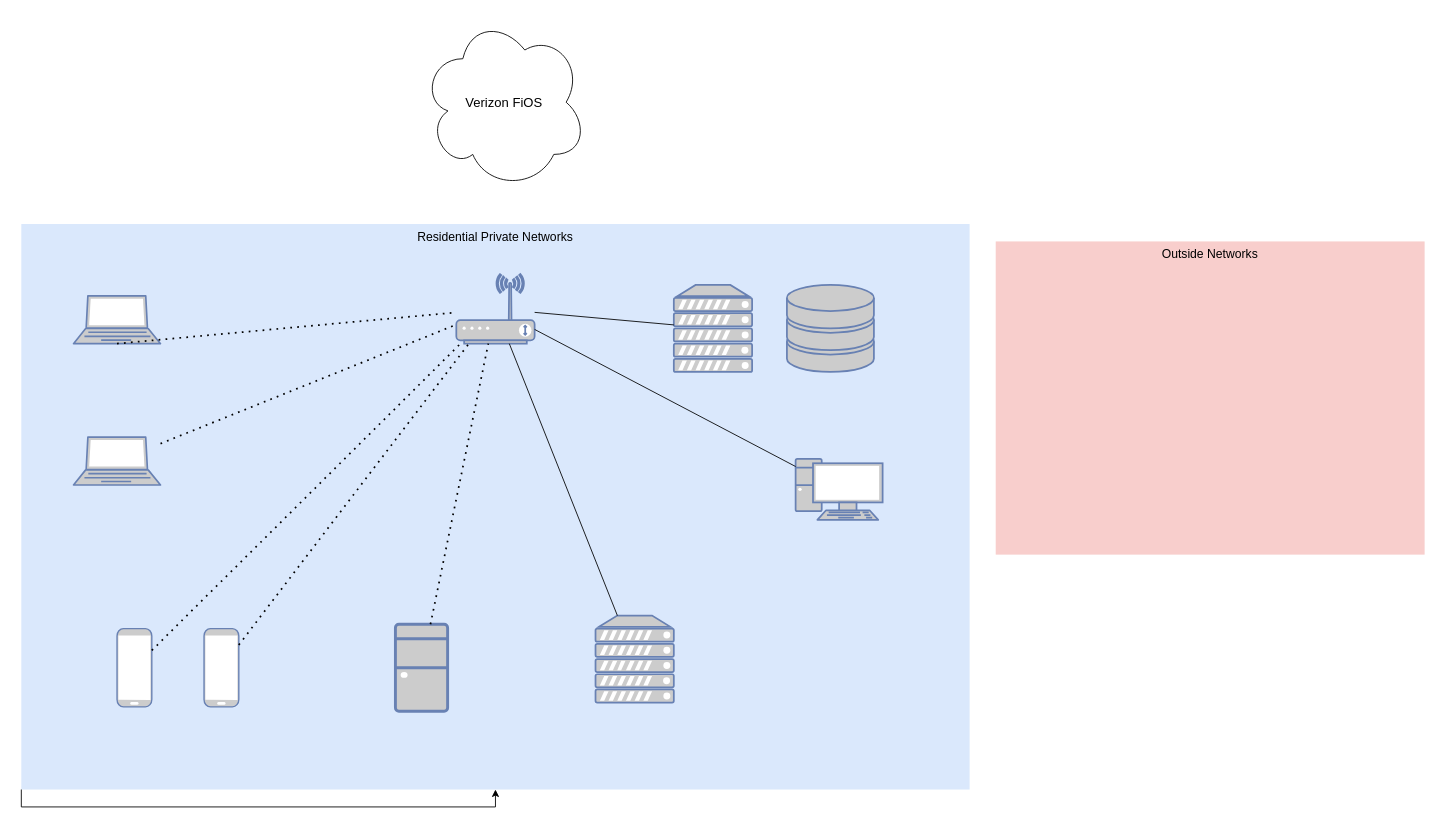
The draw.io diagram Untitled Diagram.drawio in Aezon22/main, before the edit. Source tidied: cells renumbered, new cells numbered last; positions are measured from the earlier drawing's top-left corner, leaving out a move shared by most shapes. Both pictures are drawn from the tidied source at 87%, with x=0, y=0 at pixel (21, 15).
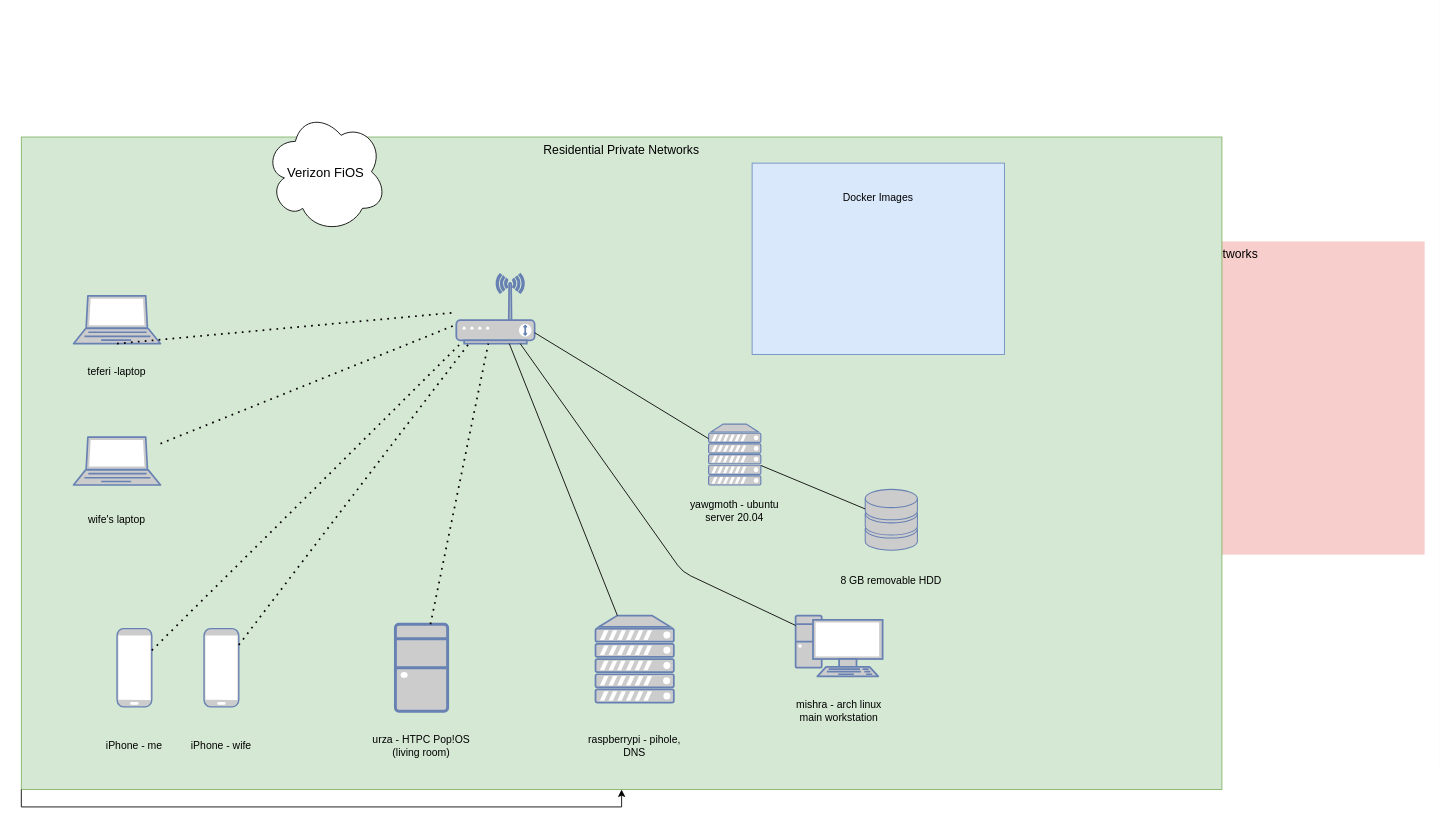
The same diagram, later.

Unchanged cells that the change refers to:
```xml
<mxCell id="6" style="fontColor=#0066CC;verticalAlign=top;verticalLabelPosition=bottom;labelPosition=center;align=center;html=1;outlineConnect=0;fillColor=#CCCCCC;strokeColor=#6881B3;gradientColor=none;gradientDirection=north;strokeWidth=2;shape=mxgraph.networks.wireless_modem;" parent="1" vertex="1">
  <mxGeometry x="500" y="297.5" width="90" height="80" as="geometry" />
</mxCell>
```

The edit, as a diff of the source:
```diff
@@
-    <mxCell id="3" value="Residential Private Networks" style="whiteSpace=wrap;html=1;fillColor=#dae8fc;fontSize=14;strokeColor=none;verticalAlign=top;" parent="1" vertex="1">
-      <mxGeometry y="240" width="1090" height="650" as="geometry" />
+    <mxCell id="3" value="Residential Private Networks" style="whiteSpace=wrap;html=1;fillColor=#d5e8d4;fontSize=14;strokeColor=#82b366;verticalAlign=top;" parent="1" vertex="1">
+      <mxGeometry y="140" width="1380" height="750" as="geometry" />
     </mxCell>
     <mxCell id="4" value="&lt;font style=&quot;font-size: 15px&quot;&gt;Verizon FiOS&lt;/font&gt;" style="ellipse;shape=cloud;whiteSpace=wrap;html=1;" parent="1" vertex="1">
-      <mxGeometry x="460" width="190" height="200" as="geometry" />
+      <mxGeometry x="280" y="110" width="140" height="140" as="geometry" />
     </mxCell>
     <mxCell id="5" style="fontColor=#0066CC;verticalAlign=top;verticalLabelPosition=bottom;labelPosition=center;align=center;html=1;outlineConnect=0;fillColor=#CCCCCC;strokeColor=#6881B3;gradientColor=none;gradientDirection=north;strokeWidth=2;shape=mxgraph.networks.storage;" parent="1" vertex="1">
-      <mxGeometry x="880" y="310" width="100" height="100" as="geometry" />
+      <mxGeometry x="970" y="545" width="60" height="70" as="geometry" />
     </mxCell>
@@
     <mxCell id="7" style="fontColor=#0066CC;verticalAlign=top;verticalLabelPosition=bottom;labelPosition=center;align=center;html=1;outlineConnect=0;fillColor=#CCCCCC;strokeColor=#6881B3;gradientColor=none;gradientDirection=north;strokeWidth=2;shape=mxgraph.networks.pc;" parent="1" vertex="1">
-      <mxGeometry x="890" y="510" width="100" height="70" as="geometry" />
+      <mxGeometry x="890" y="690" width="100" height="70" as="geometry" />
     </mxCell>
@@
     <mxCell id="12" style="fontColor=#0066CC;verticalAlign=top;verticalLabelPosition=bottom;labelPosition=center;align=center;html=1;outlineConnect=0;fillColor=#CCCCCC;strokeColor=#6881B3;gradientColor=none;gradientDirection=north;strokeWidth=2;shape=mxgraph.networks.server;" parent="1" vertex="1">
-      <mxGeometry x="750" y="310" width="90" height="100" as="geometry" />
+      <mxGeometry x="790" y="470" width="60" height="70" as="geometry" />
     </mxCell>
@@
     <mxCell id="17" style="endArrow=none;html=1;" parent="1" edge="1" source="6" target="7">
-      <mxGeometry relative="1" as="geometry" />
+      <mxGeometry relative="1" as="geometry">
+        <Array as="points">
+          <mxPoint x="760" y="640" />
+        </Array>
+      </mxGeometry>
     </mxCell>
@@
+    <mxCell id="24" style="endArrow=none;html=1;" parent="1" edge="1" source="12" target="5">
+      <mxGeometry relative="1" as="geometry" />
+    </mxCell>
+    <mxCell id="25" value="&lt;div&gt;teferi -laptop&lt;/div&gt;" style="text;html=1;strokeColor=none;fillColor=none;align=center;verticalAlign=middle;whiteSpace=wrap;rounded=0;" parent="1" vertex="1">
+      <mxGeometry x="50" y="390" width="120" height="40" as="geometry" />
+    </mxCell>
+    <mxCell id="26" value="wife's laptop" style="text;html=1;strokeColor=none;fillColor=none;align=center;verticalAlign=middle;whiteSpace=wrap;rounded=0;" parent="1" vertex="1">
+      <mxGeometry x="50" y="560" width="120" height="40" as="geometry" />
+    </mxCell>
+    <mxCell id="27" value="iPhone - me" style="text;html=1;strokeColor=none;fillColor=none;align=center;verticalAlign=middle;whiteSpace=wrap;rounded=0;" parent="1" vertex="1">
+      <mxGeometry x="70" y="820" width="120" height="40" as="geometry" />
+    </mxCell>
+    <mxCell id="28" value="iPhone - wife" style="text;html=1;strokeColor=none;fillColor=none;align=center;verticalAlign=middle;whiteSpace=wrap;rounded=0;" parent="1" vertex="1">
+      <mxGeometry x="170" y="820" width="120" height="40" as="geometry" />
+    </mxCell>
+    <mxCell id="29" value="urza - HTPC Pop!OS (living room)" style="text;html=1;strokeColor=none;fillColor=none;align=center;verticalAlign=middle;whiteSpace=wrap;rounded=0;" parent="1" vertex="1">
+      <mxGeometry x="390" y="820" width="140" height="40" as="geometry" />
+    </mxCell>
+    <mxCell id="30" value="raspberrypi - pihole, DNS" style="text;html=1;strokeColor=none;fillColor=none;align=center;verticalAlign=middle;whiteSpace=wrap;rounded=0;" parent="1" vertex="1">
+      <mxGeometry x="645" y="820" width="120" height="40" as="geometry" />
+    </mxCell>
+    <mxCell id="31" value="&lt;div&gt;mishra - arch linux&lt;/div&gt;&lt;div&gt;main workstation&lt;br&gt;&lt;/div&gt;" style="text;html=1;strokeColor=none;fillColor=none;align=center;verticalAlign=middle;whiteSpace=wrap;rounded=0;" parent="1" vertex="1">
+      <mxGeometry x="880" y="780" width="120" height="40" as="geometry" />
+    </mxCell>
+    <mxCell id="32" value="yawgmoth - ubuntu server 20.04" style="text;html=1;strokeColor=none;fillColor=none;align=center;verticalAlign=middle;whiteSpace=wrap;rounded=0;" parent="1" vertex="1">
+      <mxGeometry x="760" y="550" width="120" height="40" as="geometry" />
+    </mxCell>
+    <mxCell id="33" value="&lt;div&gt;8 GB removable HDD&lt;/div&gt;" style="text;html=1;strokeColor=none;fillColor=none;align=center;verticalAlign=middle;whiteSpace=wrap;rounded=0;" parent="1" vertex="1">
+      <mxGeometry x="940" y="630" width="120" height="40" as="geometry" />
+    </mxCell>
+    <mxCell id="34" style="rounded=0;whiteSpace=wrap;html=1;fillColor=#dae8fc;strokeColor=#6c8ebf;" parent="1" vertex="1">
+      <mxGeometry x="840" y="170" width="290" height="220" as="geometry" />
+    </mxCell>
+    <mxCell id="35" value="Docker Images" style="text;html=1;strokeColor=none;fillColor=none;align=center;verticalAlign=middle;whiteSpace=wrap;rounded=0;" parent="1" vertex="1">
+      <mxGeometry x="895" y="190" width="180" height="40" as="geometry" />
+    </mxCell>
```
